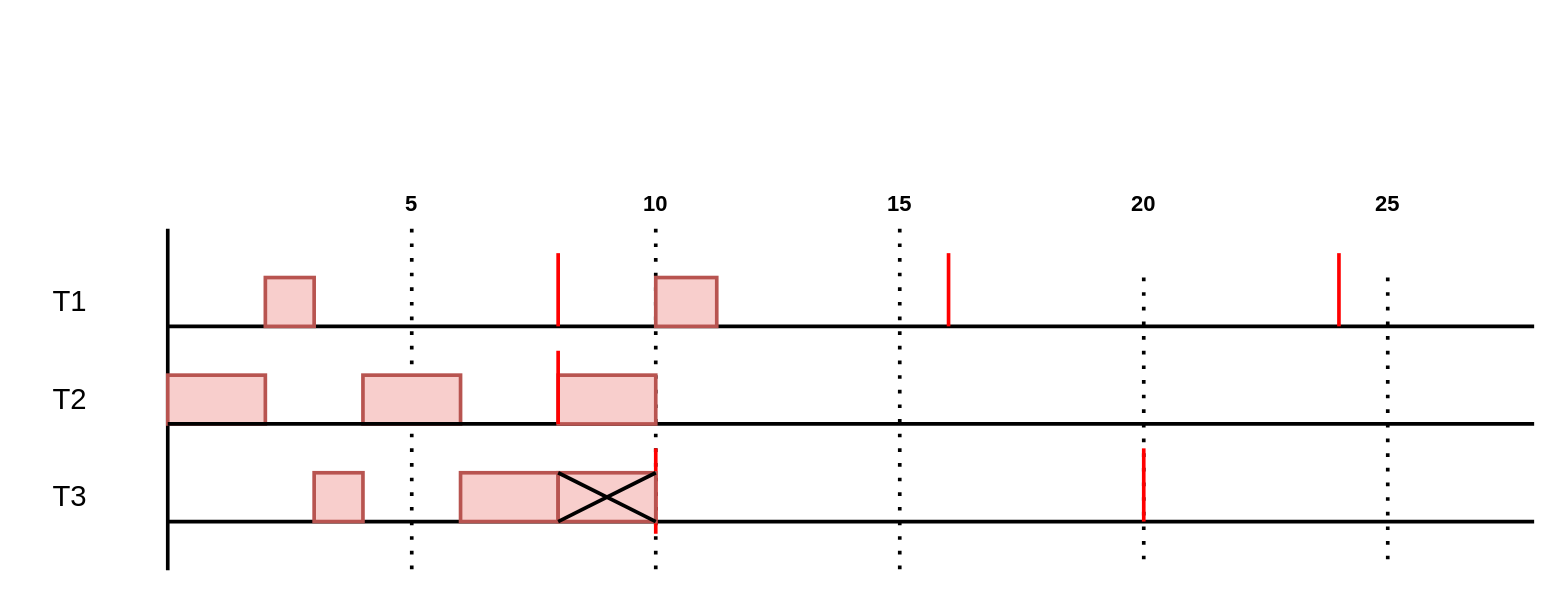
FlorianLatapie/PNS-SI4-S8_Capteurs_actionneurs_-_IA keeps this draw.io diagram as page "td2_ex5_1" (7 of 8) of TPs_scheduling/diagrammes.drawio. Above is the earlier version. Source tidied: cells renumbered, new cells numbered last; positions are measured from the earlier drawing's top-left corner, leaving out a move shared by most shapes. Both pictures are drawn from the tidied source at 122%, with x=0, y=0 at pixel (21, 179).
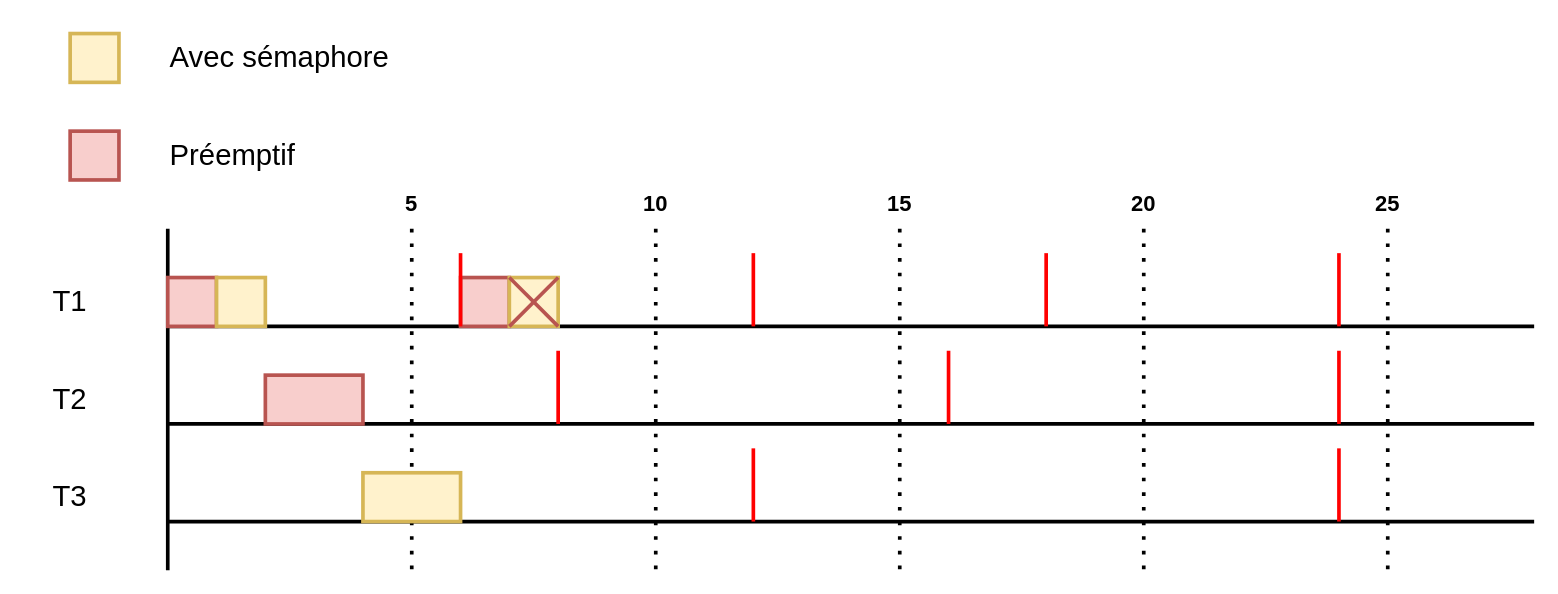
The same page after the edit.

Unchanged cells that the change refers to:
```xml
<mxCell id="12" value="&lt;h2&gt;20&lt;/h2&gt;" style="text;html=1;strokeColor=none;fillColor=none;align=center;verticalAlign=middle;whiteSpace=wrap;rounded=0;" parent="1" vertex="1">
  <mxGeometry x="880" width="80" height="40" as="geometry" />
</mxCell>
<mxCell id="14" value="&lt;h2&gt;25&lt;/h2&gt;" style="text;html=1;strokeColor=none;fillColor=none;align=center;verticalAlign=middle;whiteSpace=wrap;rounded=0;" parent="1" vertex="1">
  <mxGeometry x="1080" width="80" height="40" as="geometry" />
</mxCell>
```

The edit, as a diff of the source:
```diff
@@
-    <mxCell id="5" style="endArrow=none;html=1;rounded=0;strokeWidth=3;" parent="1" edge="1">
-      <mxGeometry relative="1" as="geometry">
-        <mxPoint x="120" y="320" as="sourcePoint" />
-        <mxPoint x="120" y="40" as="targetPoint" />
-      </mxGeometry>
-    </mxCell>
@@
-    <mxCell id="8" style="endArrow=none;dashed=1;html=1;dashPattern=1 3;strokeWidth=3;rounded=0;" parent="1" edge="1">
+    <mxCell id="8" style="endArrow=none;dashed=1;html=1;dashPattern=1 3;strokeWidth=3;rounded=0;exitX=0.5;exitY=1;exitDx=0;exitDy=0;" parent="1" edge="1" source="12">
       <mxGeometry relative="1" as="geometry">
-        <mxPoint x="920" y="80" as="sourcePoint" />
         <mxPoint x="920" y="320" as="targetPoint" />
       </mxGeometry>
     </mxCell>
@@
-    <mxCell id="13" style="endArrow=none;dashed=1;html=1;dashPattern=1 3;strokeWidth=3;rounded=0;" parent="1" edge="1">
+    <mxCell id="13" style="endArrow=none;dashed=1;html=1;dashPattern=1 3;strokeWidth=3;rounded=0;exitX=0.5;exitY=1;exitDx=0;exitDy=0;" parent="1" edge="1" source="14">
       <mxGeometry relative="1" as="geometry">
-        <mxPoint x="1120" y="80" as="sourcePoint" />
         <mxPoint x="1120" y="320" as="targetPoint" />
       </mxGeometry>
     </mxCell>
@@
-    <mxCell id="15" style="rounded=0;whiteSpace=wrap;html=1;strokeWidth=3;fillColor=#f8cecc;strokeColor=#b85450;" parent="1" vertex="1">
-      <mxGeometry x="120" y="160" width="80" height="40" as="geometry" />
-    </mxCell>
@@
     <mxCell id="18" style="endArrow=none;html=1;rounded=0;strokeWidth=3;fillColor=#f8cecc;strokeColor=#FF0000;" parent="1" edge="1">
       <mxGeometry relative="1" as="geometry">
-        <mxPoint x="760" y="120" as="sourcePoint" />
-        <mxPoint x="760" y="60" as="targetPoint" />
+        <mxPoint x="840" y="120" as="sourcePoint" />
+        <mxPoint x="840" y="60" as="targetPoint" />
       </mxGeometry>
     </mxCell>
@@
     <mxCell id="20" style="endArrow=none;html=1;rounded=0;strokeWidth=3;fillColor=#f8cecc;strokeColor=#FF0000;" parent="1" edge="1">
       <mxGeometry relative="1" as="geometry">
-        <mxPoint x="520" y="290" as="sourcePoint" />
-        <mxPoint x="520" y="220" as="targetPoint" />
+        <mxPoint x="600" y="280" as="sourcePoint" />
+        <mxPoint x="600" y="220" as="targetPoint" />
       </mxGeometry>
     </mxCell>
-    <mxCell id="21" style="rounded=0;whiteSpace=wrap;html=1;strokeWidth=3;fillColor=#f8cecc;strokeColor=#b85450;" parent="1" vertex="1">
-      <mxGeometry x="240" y="240" width="40" height="40" as="geometry" />
-    </mxCell>
+    <mxCell id="23" style="endArrow=none;html=1;rounded=0;strokeWidth=3;fillColor=#f8cecc;strokeColor=#FF0000;" parent="1" edge="1">
+      <mxGeometry relative="1" as="geometry">
+        <mxPoint x="1080" y="280" as="sourcePoint" />
+        <mxPoint x="1080" y="220" as="targetPoint" />
+      </mxGeometry>
+    </mxCell>
+    <mxCell id="25" style="endArrow=none;html=1;rounded=0;strokeWidth=3;" parent="1" edge="1">
+      <mxGeometry relative="1" as="geometry">
+        <mxPoint x="120" y="200" as="sourcePoint" />
+        <mxPoint x="1240" y="200" as="targetPoint" />
+      </mxGeometry>
+    </mxCell>
+    <mxCell id="27" value="&lt;h1&gt;&lt;span style=&quot;font-weight: normal;&quot;&gt;T3&lt;/span&gt;&lt;/h1&gt;" style="text;html=1;strokeColor=none;fillColor=none;align=center;verticalAlign=middle;whiteSpace=wrap;rounded=0;" parent="1" vertex="1">
+      <mxGeometry y="240" width="80" height="40" as="geometry" />
+    </mxCell>
+    <mxCell id="35" style="endArrow=none;html=1;rounded=0;strokeWidth=3;fillColor=#f8cecc;strokeColor=#FF0000;" parent="1" edge="1">
+      <mxGeometry relative="1" as="geometry">
+        <mxPoint x="600" y="120" as="sourcePoint" />
+        <mxPoint x="600" y="60" as="targetPoint" />
+      </mxGeometry>
+    </mxCell>
+    <mxCell id="36" style="endArrow=none;html=1;rounded=0;strokeWidth=3;fillColor=#f8cecc;strokeColor=#FF0000;" parent="1" edge="1">
+      <mxGeometry relative="1" as="geometry">
+        <mxPoint x="440" y="200" as="sourcePoint" />
+        <mxPoint x="440" y="140" as="targetPoint" />
+      </mxGeometry>
+    </mxCell>
+    <mxCell id="37" style="endArrow=none;html=1;rounded=0;strokeWidth=3;fillColor=#f8cecc;strokeColor=#FF0000;" parent="1" edge="1">
+      <mxGeometry relative="1" as="geometry">
+        <mxPoint x="760" y="200" as="sourcePoint" />
+        <mxPoint x="760" y="140" as="targetPoint" />
+      </mxGeometry>
+    </mxCell>
+    <mxCell id="38" style="endArrow=none;html=1;rounded=0;strokeWidth=3;fillColor=#f8cecc;strokeColor=#FF0000;" parent="1" edge="1">
+      <mxGeometry relative="1" as="geometry">
+        <mxPoint x="1080" y="200" as="sourcePoint" />
+        <mxPoint x="1080" y="140" as="targetPoint" />
+      </mxGeometry>
+    </mxCell>
+    <mxCell id="5" style="endArrow=none;html=1;rounded=0;strokeWidth=3;" parent="1" edge="1">
+      <mxGeometry relative="1" as="geometry">
+        <mxPoint x="120" y="320" as="sourcePoint" />
+        <mxPoint x="120" y="40" as="targetPoint" />
+      </mxGeometry>
+    </mxCell>
+    <mxCell id="39" style="rounded=0;whiteSpace=wrap;html=1;strokeWidth=3;fillColor=#f8cecc;strokeColor=#b85450;" parent="1" vertex="1">
+      <mxGeometry x="120" y="80" width="40" height="40" as="geometry" />
+    </mxCell>
+    <mxCell id="40" style="rounded=0;whiteSpace=wrap;html=1;strokeWidth=3;fillColor=#fff2cc;strokeColor=#d6b656;" parent="1" vertex="1">
+      <mxGeometry x="160" y="80" width="40" height="40" as="geometry" />
+    </mxCell>
+    <mxCell id="41" style="rounded=0;whiteSpace=wrap;html=1;strokeWidth=3;fillColor=#f8cecc;strokeColor=#b85450;" parent="1" vertex="1">
+      <mxGeometry x="200" y="160" width="80" height="40" as="geometry" />
+    </mxCell>
+    <mxCell id="42" style="rounded=0;whiteSpace=wrap;html=1;strokeWidth=3;fillColor=#fff2cc;strokeColor=#d6b656;" parent="1" vertex="1">
+      <mxGeometry x="280" y="240" width="80" height="40" as="geometry" />
+    </mxCell>
+    <mxCell id="43" style="rounded=0;whiteSpace=wrap;html=1;strokeWidth=3;fillColor=#f8cecc;strokeColor=#b85450;" parent="1" vertex="1">
+      <mxGeometry x="360" y="80" width="40" height="40" as="geometry" />
+    </mxCell>
+    <mxCell id="44" style="rounded=0;whiteSpace=wrap;html=1;strokeWidth=3;fillColor=#fff2cc;strokeColor=#d6b656;" parent="1" vertex="1">
+      <mxGeometry x="400" y="80" width="40" height="40" as="geometry" />
+    </mxCell>
+    <mxCell id="45" style="rounded=0;orthogonalLoop=1;jettySize=auto;html=1;exitX=0;exitY=1;exitDx=0;exitDy=0;entryX=1;entryY=0;entryDx=0;entryDy=0;strokeWidth=3;endArrow=none;endFill=0;fillColor=#f8cecc;strokeColor=#b85450;" parent="1" edge="1" source="44" target="44">
+      <mxGeometry relative="1" as="geometry" />
+    </mxCell>
+    <mxCell id="46" style="rounded=0;jettySize=auto;html=1;exitX=1;exitY=1;exitDx=0;exitDy=0;entryX=1;entryY=0;entryDx=0;entryDy=0;strokeWidth=3;endArrow=none;endFill=0;fillColor=#f8cecc;strokeColor=#b85450;" parent="1" edge="1" source="44" target="43">
+      <mxGeometry relative="1" as="geometry" />
+    </mxCell>
+    <mxCell id="47" style="rounded=0;whiteSpace=wrap;html=1;strokeWidth=3;fillColor=#fff2cc;strokeColor=#d6b656;" parent="1" vertex="1">
+      <mxGeometry x="40" y="-120" width="40" height="40" as="geometry" />
+    </mxCell>
+    <mxCell id="48" style="rounded=0;whiteSpace=wrap;html=1;strokeWidth=3;fillColor=#f8cecc;strokeColor=#b85450;" parent="1" vertex="1">
+      <mxGeometry x="40" y="-40" width="40" height="40" as="geometry" />
+    </mxCell>
+    <mxCell id="49" value="&lt;h1&gt;&lt;span style=&quot;font-weight: normal;&quot;&gt;Avec sémaphore&lt;/span&gt;&lt;/h1&gt;" style="text;html=1;strokeColor=none;fillColor=none;align=left;verticalAlign=middle;whiteSpace=wrap;rounded=0;" parent="1" vertex="1">
+      <mxGeometry x="120" y="-120" width="200" height="40" as="geometry" />
+    </mxCell>
+    <mxCell id="50" value="&lt;h1&gt;&lt;span style=&quot;font-weight: normal;&quot;&gt;Préemptif&lt;/span&gt;&lt;/h1&gt;" style="text;html=1;strokeColor=none;fillColor=none;align=left;verticalAlign=middle;whiteSpace=wrap;rounded=0;" parent="1" vertex="1">
+      <mxGeometry x="120" y="-40" width="160" height="40" as="geometry" />
+    </mxCell>
     <mxCell id="22" style="endArrow=none;html=1;rounded=0;strokeWidth=3;fillColor=#f8cecc;strokeColor=#FF0000;" parent="1" edge="1">
       <mxGeometry relative="1" as="geometry">
-        <mxPoint x="440" y="120" as="sourcePoint" />
-        <mxPoint x="440" y="60" as="targetPoint" />
+        <mxPoint x="360" y="120" as="sourcePoint" />
+        <mxPoint x="360" y="60" as="targetPoint" />
       </mxGeometry>
     </mxCell>
-    <mxCell id="23" style="endArrow=none;html=1;rounded=0;strokeWidth=3;fillColor=#f8cecc;strokeColor=#FF0000;" parent="1" edge="1">
-      <mxGeometry relative="1" as="geometry">
-        <mxPoint x="920" y="280" as="sourcePoint" />
-        <mxPoint x="920" y="220" as="targetPoint" />
-      </mxGeometry>
-    </mxCell>
-    <mxCell id="24" style="rounded=0;whiteSpace=wrap;html=1;strokeWidth=3;fillColor=#f8cecc;strokeColor=#b85450;" parent="1" vertex="1">
-      <mxGeometry x="280" y="160" width="80" height="40" as="geometry" />
-    </mxCell>
-    <mxCell id="25" style="endArrow=none;html=1;rounded=0;strokeWidth=3;" parent="1" edge="1">
-      <mxGeometry relative="1" as="geometry">
-        <mxPoint x="120" y="200" as="sourcePoint" />
-        <mxPoint x="1240" y="200" as="targetPoint" />
-      </mxGeometry>
-    </mxCell>
-    <mxCell id="26" style="rounded=0;whiteSpace=wrap;html=1;strokeWidth=3;fillColor=#f8cecc;strokeColor=#b85450;" parent="1" vertex="1">
-      <mxGeometry x="200" y="80" width="40" height="40" as="geometry" />
-    </mxCell>
-    <mxCell id="27" value="&lt;h1&gt;&lt;span style=&quot;font-weight: normal;&quot;&gt;T3&lt;/span&gt;&lt;/h1&gt;" style="text;html=1;strokeColor=none;fillColor=none;align=center;verticalAlign=middle;whiteSpace=wrap;rounded=0;" parent="1" vertex="1">
-      <mxGeometry y="240" width="80" height="40" as="geometry" />
-    </mxCell>
-    <mxCell id="28" style="rounded=0;whiteSpace=wrap;html=1;strokeWidth=3;fillColor=#f8cecc;strokeColor=#b85450;" parent="1" vertex="1">
-      <mxGeometry x="360" y="240" width="80" height="40" as="geometry" />
-    </mxCell>
-    <mxCell id="29" style="rounded=0;whiteSpace=wrap;html=1;strokeWidth=3;fillColor=#f8cecc;strokeColor=#b85450;" parent="1" vertex="1">
-      <mxGeometry x="440" y="160" width="80" height="40" as="geometry" />
-    </mxCell>
-    <mxCell id="30" style="rounded=0;whiteSpace=wrap;html=1;strokeWidth=3;fillColor=#f8cecc;strokeColor=#b85450;" parent="1" vertex="1">
-      <mxGeometry x="520" y="80" width="50" height="40" as="geometry" />
-    </mxCell>
-    <mxCell id="31" style="endArrow=none;html=1;rounded=0;strokeWidth=3;fillColor=#f8cecc;strokeColor=#FF0000;entryX=0;entryY=0;entryDx=0;entryDy=0;exitX=0;exitY=1;exitDx=0;exitDy=0;" parent="1" edge="1" source="29" target="29">
-      <mxGeometry relative="1" as="geometry">
-        <Array as="points">
-          <mxPoint x="440" y="140" />
-        </Array>
-      </mxGeometry>
-    </mxCell>
-    <mxCell id="32" style="rounded=0;whiteSpace=wrap;html=1;strokeWidth=3;fillColor=#f8cecc;strokeColor=#b85450;" parent="1" vertex="1">
-      <mxGeometry x="440" y="240" width="80" height="40" as="geometry" />
-    </mxCell>
-    <mxCell id="33" style="rounded=0;orthogonalLoop=1;jettySize=auto;html=1;exitX=0;exitY=1;exitDx=0;exitDy=0;entryX=1;entryY=0;entryDx=0;entryDy=0;strokeColor=#000000;strokeWidth=3;endArrow=none;endFill=0;" parent="1" edge="1" source="32" target="32">
-      <mxGeometry relative="1" as="geometry" />
-    </mxCell>
-    <mxCell id="34" style="rounded=0;orthogonalLoop=1;jettySize=auto;html=1;exitX=0;exitY=0;exitDx=0;exitDy=0;entryX=1;entryY=1;entryDx=0;entryDy=0;strokeColor=#000000;strokeWidth=3;endArrow=none;endFill=0;" parent="1" edge="1" source="32" target="32">
-      <mxGeometry relative="1" as="geometry" />
-    </mxCell>
```
